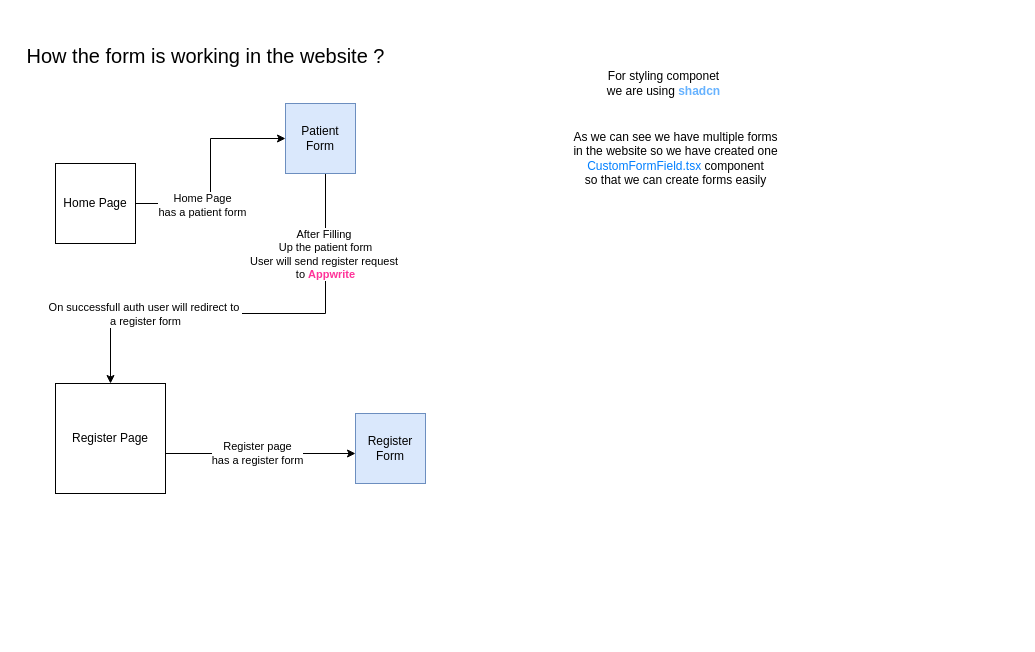
arkajyotiadhikary/healthdo keeps this draw.io diagram as Untitled Diagram.drawio. Above is the earlier version. Source tidied: cells renumbered, new cells numbered last; positions are measured from the earlier drawing's top-left corner, leaving out a move shared by most shapes. Both pictures are drawn from the tidied source at 100%, with x=0, y=0 at pixel (17, 29).
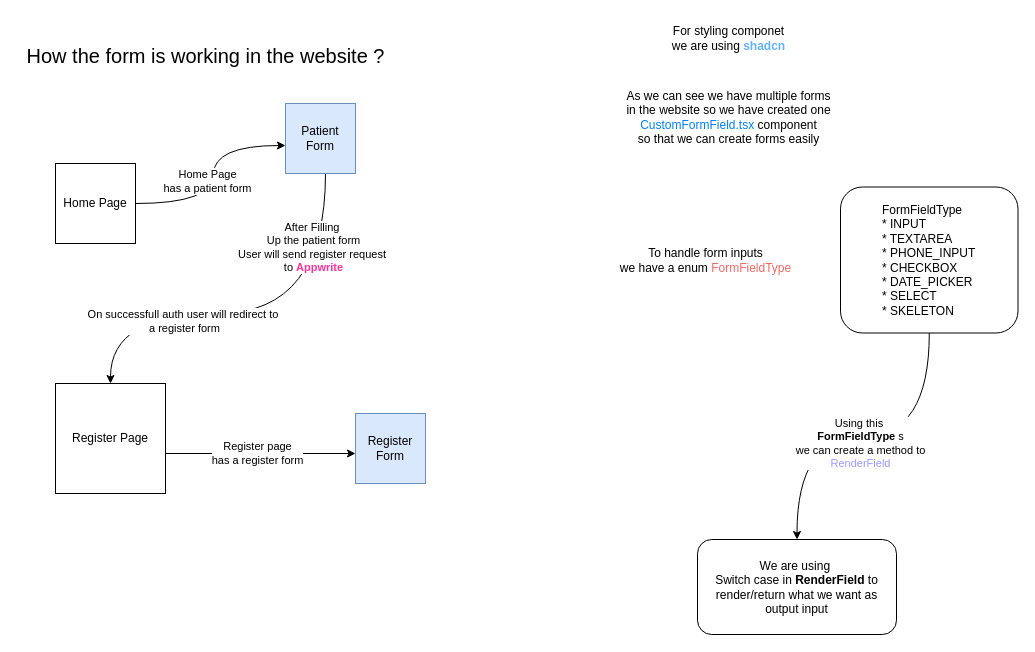
The same diagram, later.

Unchanged cells that the change refers to:
```xml
<mxCell id="4" value="Home Page" style="whiteSpace=wrap;html=1;" parent="1" vertex="1">
  <mxGeometry x="38" y="134" width="80" height="80" as="geometry" />
</mxCell>
<mxCell id="9" value="Patient Form" style="whiteSpace=wrap;html=1;fillColor=#dae8fc;strokeColor=#6c8ebf;" parent="1" vertex="1">
  <mxGeometry x="268" y="74" width="70" height="70" as="geometry" />
</mxCell>
<mxCell id="12" value="Register Page" style="whiteSpace=wrap;html=1;" parent="1" vertex="1">
  <mxGeometry x="38" y="354" width="110" height="110" as="geometry" />
</mxCell>
<mxCell id="13" value="Register Form" style="whiteSpace=wrap;html=1;fillColor=#dae8fc;strokeColor=#6c8ebf;" parent="1" vertex="1">
  <mxGeometry x="338" y="384" width="70" height="70" as="geometry" />
</mxCell>
```

Change to the diagram source:
```diff
@@
-    <mxCell id="2" style="edgeStyle=orthogonalEdgeStyle;rounded=0;jettySize=auto;html=1;" parent="1" edge="1" source="4" target="9">
-      <mxGeometry relative="1" as="geometry" />
+    <mxCell id="2" style="edgeStyle=orthogonalEdgeStyle;rounded=0;jettySize=auto;html=1;curved=1;" parent="1" edge="1" source="4" target="9">
+      <mxGeometry relative="1" as="geometry">
+        <Array as="points">
+          <mxPoint x="196" y="174" />
+          <mxPoint x="196" y="116" />
+        </Array>
+      </mxGeometry>
     </mxCell>
     <mxCell id="3" value="Home Page&lt;div&gt;has a patient form&lt;/div&gt;" style="edgeLabel;html=1;align=center;verticalAlign=middle;" parent="2" vertex="1">
-      <mxGeometry x="-0.39" y="-1" relative="1" as="geometry" />
+      <mxGeometry x="-0.39" y="-1" relative="1" as="geometry">
+        <mxPoint x="8" y="-24" as="offset" />
+      </mxGeometry>
     </mxCell>
@@
-    <mxCell id="6" style="edgeStyle=orthogonalEdgeStyle;rounded=0;jettySize=auto;html=1;" parent="1" edge="1" source="9" target="12">
+    <mxCell id="6" style="edgeStyle=orthogonalEdgeStyle;rounded=0;jettySize=auto;html=1;curved=1;" parent="1" edge="1" source="9" target="12">
       <mxGeometry relative="1" as="geometry">
         <Array as="points">
           <mxPoint x="308" y="284" />
         </Array>
       </mxGeometry>
     </mxCell>
     <mxCell id="7" value="After Filling&amp;nbsp;&lt;div&gt;Up the patient form&lt;/div&gt;&lt;div&gt;User will send register request&amp;nbsp;&lt;/div&gt;&lt;div&gt;to &lt;b&gt;&lt;font color=&quot;#ff3399&quot;&gt;Appwrite&lt;/font&gt;&lt;/b&gt;&lt;/div&gt;" style="edgeLabel;html=1;align=center;verticalAlign=middle;" parent="6" vertex="1">
       <mxGeometry x="-0.47" y="-1" relative="1" as="geometry">
-        <mxPoint y="-33" as="offset" />
+        <mxPoint x="-12" y="-40" as="offset" />
       </mxGeometry>
     </mxCell>
     <mxCell id="8" value="On successfull auth user will redirect to&amp;nbsp;&lt;div&gt;a register form&lt;/div&gt;" style="edgeLabel;html=1;align=center;verticalAlign=middle;" parent="6" vertex="1">
       <mxGeometry x="-0.21" y="-1" relative="1" as="geometry">
-        <mxPoint x="-153" y="1" as="offset" />
+        <mxPoint x="-114" y="8" as="offset" />
       </mxGeometry>
     </mxCell>
@@
-    <mxCell id="10" style="edgeStyle=orthogonalEdgeStyle;rounded=0;jettySize=auto;html=1;" parent="1" edge="1" source="12" target="13">
+    <mxCell id="10" style="edgeStyle=orthogonalEdgeStyle;rounded=1;jettySize=auto;html=1;curved=0;" parent="1" edge="1" source="12" target="13">
       <mxGeometry relative="1" as="geometry">
         <Array as="points">
           <mxPoint x="238" y="424" />
           <mxPoint x="238" y="424" />
         </Array>
       </mxGeometry>
     </mxCell>
@@
     <mxCell id="14" value="For styling componet&lt;div&gt;we are using &lt;b&gt;&lt;font color=&quot;#66b2ff&quot;&gt;shadcn&lt;/font&gt;&lt;/b&gt;&lt;/div&gt;" style="text;html=1;align=center;verticalAlign=middle;strokeColor=none;fillColor=none;" parent="1" vertex="1">
-      <mxGeometry x="580" y="33" width="131" height="41" as="geometry" />
+      <mxGeometry x="645" y="-12" width="131" height="41" as="geometry" />
     </mxCell>
     <mxCell id="15" value="As we can see we have multiple forms&lt;div&gt;in the website so we have created one&lt;/div&gt;&lt;div&gt;&lt;font color=&quot;#007fff&quot;&gt;CustomFormField.tsx &lt;/font&gt;component&lt;/div&gt;&lt;div&gt;so that we can create forms easily&lt;/div&gt;" style="text;html=1;align=center;verticalAlign=middle;strokeColor=none;fillColor=none;" parent="1" vertex="1">
-      <mxGeometry x="546.5" y="94" width="222" height="70" as="geometry" />
+      <mxGeometry x="599.5" y="53" width="222" height="70" as="geometry" />
     </mxCell>
+    <mxCell id="16" style="edgeStyle=orthogonalEdgeStyle;rounded=0;jettySize=auto;html=1;entryX=0.5;entryY=0;entryDx=0;entryDy=0;curved=1;" parent="1" edge="1" source="18" target="20">
+      <mxGeometry relative="1" as="geometry" />
+    </mxCell>
+    <mxCell id="17" value="Using this&amp;nbsp;&lt;div&gt;&lt;b&gt;FormFieldType&amp;nbsp;&lt;/b&gt;s&lt;/div&gt;&lt;div&gt;we can create a method to&lt;/div&gt;&lt;div&gt;&lt;font color=&quot;#9999ff&quot;&gt;RenderField&lt;/font&gt;&lt;/div&gt;" style="edgeLabel;html=1;align=center;verticalAlign=middle;" parent="16" vertex="1">
+      <mxGeometry x="0.02" y="7" relative="1" as="geometry" />
+    </mxCell>
+    <mxCell id="18" value="&lt;blockquote style=&quot;margin: 0 0 0 40px; border: none; padding: 0px;&quot;&gt;&lt;span style=&quot;background-color: initial;&quot;&gt;FormFieldType&lt;br&gt;&lt;/span&gt;&lt;span style=&quot;background-color: initial;&quot;&gt;* INPUT&lt;br&gt;&lt;/span&gt;&lt;span style=&quot;background-color: initial;&quot;&gt;* TEXTAREA&lt;br&gt;&lt;/span&gt;&lt;span style=&quot;background-color: initial;&quot;&gt;* PHONE_INPUT&lt;br&gt;&lt;/span&gt;&lt;span style=&quot;background-color: initial;&quot;&gt;* CHECKBOX&lt;br&gt;&lt;/span&gt;&lt;span style=&quot;background-color: initial;&quot;&gt;* DATE_PICKER&lt;br&gt;&lt;/span&gt;&lt;span style=&quot;background-color: initial;&quot;&gt;* SELECT&lt;/span&gt;&lt;div style=&quot;&quot;&gt;* SKELETON&lt;/div&gt;&lt;/blockquote&gt;" style="whiteSpace=wrap;html=1;align=left;rounded=1;" parent="1" vertex="1">
+      <mxGeometry x="823" y="157.5" width="177.5" height="146" as="geometry" />
+    </mxCell>
+    <mxCell id="19" value="To handle form inputs&lt;div&gt;we have a enum &lt;font color=&quot;#ea6b66&quot;&gt;FormFieldType&lt;/font&gt;&lt;/div&gt;" style="text;html=1;align=center;verticalAlign=middle;strokeColor=none;fillColor=none;" parent="1" vertex="1">
+      <mxGeometry x="593" y="210" width="189" height="41" as="geometry" />
+    </mxCell>
+    <mxCell id="20" value="We are using&amp;nbsp;&lt;div&gt;Switch case in &lt;b&gt;RenderField&lt;/b&gt;&amp;nbsp;to render/return what we want as output input&lt;/div&gt;" style="rounded=1;whiteSpace=wrap;html=1;" parent="1" vertex="1">
+      <mxGeometry x="680" y="510" width="199" height="95" as="geometry" />
+    </mxCell>
```
